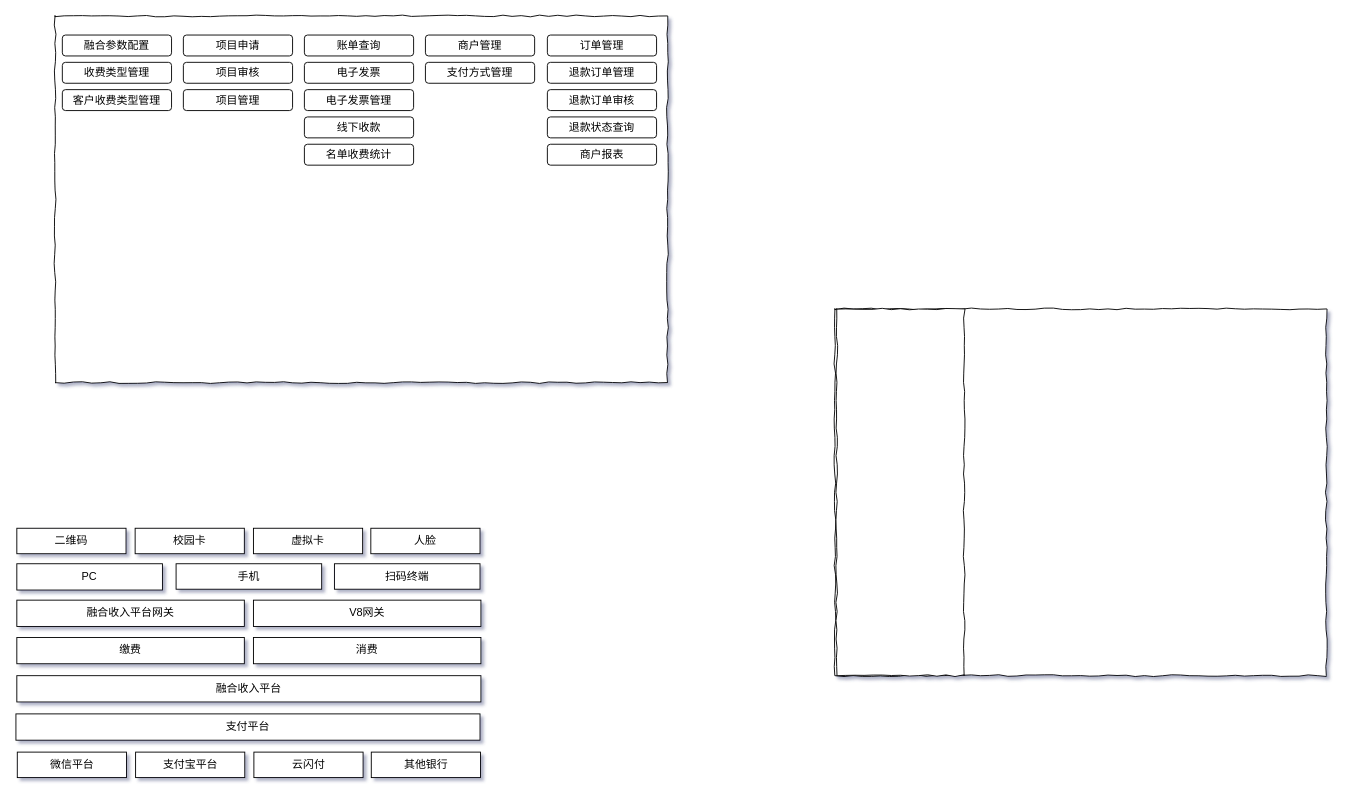
The draw.io diagram v8+融合收入.drawio in ifelsewang/draw, before the edit. Source tidied: cells renumbered, new cells numbered last; positions are measured from the earlier drawing's top-left corner, leaving out a move shared by most shapes. Both pictures are drawn from the tidied source at 91%, with x=0, y=0 at pixel (15, 15).
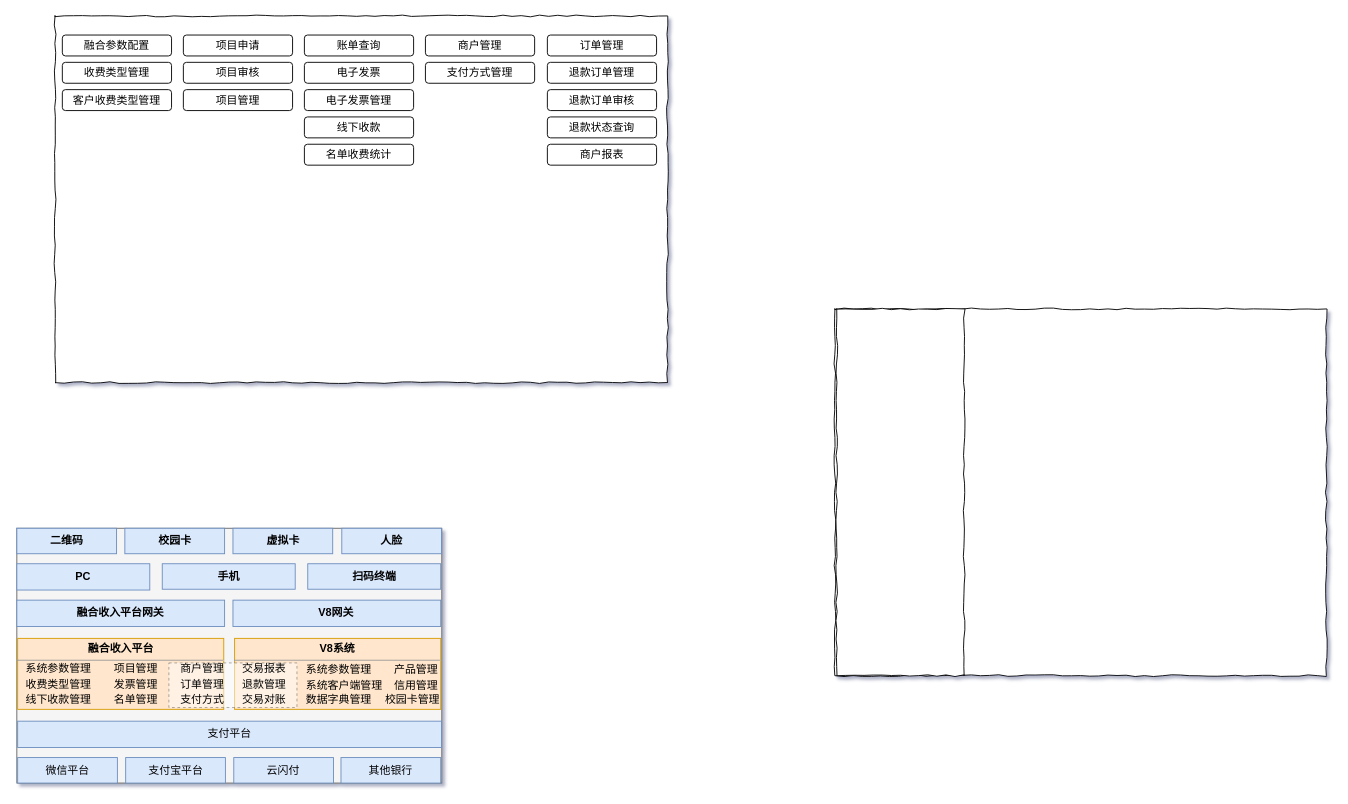
After the change.

Commit message (it also covers changes not shown here):
更新v8+融合收入.drawio

What changed in the source:
```diff
@@
+    <mxCell id="40" style="group;fillColor=#f5f5f5;strokeColor=#666666;fontColor=#333333;" parent="1" vertex="1">
+      <mxGeometry x="1" y="563" width="467" height="280" as="geometry" />
+    </mxCell>
+    <mxCell id="41" style="group;" parent="40" vertex="1">
+      <mxGeometry width="467" height="280" as="geometry" />
+    </mxCell>
-    <mxCell id="23" value="PC" style="rounded=0;whiteSpace=wrap;html=1;comic=0;jiggle=2;strokeWidth=1;" parent="1" vertex="1">
-      <mxGeometry x="1" y="602" width="160" height="28.9" as="geometry" />
+    <mxCell id="23" value="PC" style="rounded=0;whiteSpace=wrap;html=1;comic=0;jiggle=2;strokeWidth=1;fontStyle=1;fillColor=#dae8fc;strokeColor=#6c8ebf;" parent="40" vertex="1">
+      <mxGeometry y="39" width="146.1" height="28.9" as="geometry" />
     </mxCell>
-    <mxCell id="24" value="二维码" style="rounded=0;whiteSpace=wrap;html=1;comic=0;jiggle=2;strokeWidth=1;" parent="1" vertex="1">
-      <mxGeometry x="1" y="563" width="120" height="28" as="geometry" />
+    <mxCell id="24" value="二维码" style="rounded=0;whiteSpace=wrap;html=1;comic=0;jiggle=2;strokeWidth=1;fontStyle=1;fillColor=#dae8fc;strokeColor=#6c8ebf;" parent="40" vertex="1">
+      <mxGeometry width="109.6" height="28" as="geometry" />
     </mxCell>
-    <mxCell id="25" value="校园卡" style="rounded=0;whiteSpace=wrap;html=1;comic=0;jiggle=2;strokeWidth=1;" parent="1" vertex="1">
-      <mxGeometry x="131" y="563" width="120" height="28" as="geometry" />
+    <mxCell id="25" value="校园卡" style="rounded=0;whiteSpace=wrap;html=1;comic=0;jiggle=2;strokeWidth=1;fontStyle=1;fillColor=#dae8fc;strokeColor=#6c8ebf;" parent="40" vertex="1">
+      <mxGeometry x="118.7" width="109.6" height="28" as="geometry" />
     </mxCell>
-    <mxCell id="26" value="虚拟卡" style="rounded=0;whiteSpace=wrap;html=1;comic=0;jiggle=2;strokeWidth=1;" parent="1" vertex="1">
-      <mxGeometry x="261" y="563" width="120" height="28" as="geometry" />
+    <mxCell id="26" value="虚拟卡" style="rounded=0;whiteSpace=wrap;html=1;comic=0;jiggle=2;strokeWidth=1;fontStyle=1;fillColor=#dae8fc;strokeColor=#6c8ebf;" parent="40" vertex="1">
+      <mxGeometry x="237.5" width="109.6" height="28" as="geometry" />
     </mxCell>
-    <mxCell id="27" value="人脸" style="rounded=0;whiteSpace=wrap;html=1;comic=0;jiggle=2;strokeWidth=1;" parent="1" vertex="1">
-      <mxGeometry x="390" y="563" width="120" height="28" as="geometry" />
+    <mxCell id="27" value="人脸" style="rounded=0;whiteSpace=wrap;html=1;comic=0;jiggle=2;strokeWidth=1;fontStyle=1;fillColor=#dae8fc;strokeColor=#6c8ebf;" parent="40" vertex="1">
+      <mxGeometry x="357.1" width="109.6" height="28" as="geometry" />
     </mxCell>
-    <mxCell id="28" value="手机" style="rounded=0;whiteSpace=wrap;html=1;comic=0;jiggle=2;strokeWidth=1;" parent="1" vertex="1">
-      <mxGeometry x="176" y="602" width="160" height="28" as="geometry" />
+    <mxCell id="28" value="手机" style="rounded=0;whiteSpace=wrap;html=1;comic=0;jiggle=2;strokeWidth=1;fontStyle=1;fillColor=#dae8fc;strokeColor=#6c8ebf;" parent="40" vertex="1">
+      <mxGeometry x="159.8" y="39" width="146.1" height="28" as="geometry" />
     </mxCell>
-    <mxCell id="29" value="扫码终端" style="rounded=0;whiteSpace=wrap;html=1;comic=0;jiggle=2;strokeWidth=1;" parent="1" vertex="1">
-      <mxGeometry x="350" y="602" width="160" height="28" as="geometry" />
+    <mxCell id="29" value="扫码终端" style="rounded=0;whiteSpace=wrap;html=1;comic=0;jiggle=2;strokeWidth=1;fontStyle=1;fillColor=#dae8fc;strokeColor=#6c8ebf;" parent="40" vertex="1">
+      <mxGeometry x="319.7" y="39" width="146.1" height="28" as="geometry" />
     </mxCell>
-    <mxCell id="30" value="融合收入平台网关" style="rounded=0;whiteSpace=wrap;html=1;comic=0;jiggle=2;strokeWidth=1;" parent="1" vertex="1">
-      <mxGeometry x="1" y="642" width="250" height="28.9" as="geometry" />
+    <mxCell id="30" value="融合收入平台网关" style="rounded=0;whiteSpace=wrap;html=1;comic=0;jiggle=2;strokeWidth=1;fontStyle=1;fillColor=#dae8fc;strokeColor=#6c8ebf;" parent="40" vertex="1">
+      <mxGeometry y="79" width="228.3" height="28.9" as="geometry" />
     </mxCell>
-    <mxCell id="31" value="V8网关" style="rounded=0;whiteSpace=wrap;html=1;comic=0;jiggle=2;strokeWidth=1;" parent="1" vertex="1">
-      <mxGeometry x="261" y="642" width="250" height="28.9" as="geometry" />
+    <mxCell id="31" value="V8网关" style="rounded=0;whiteSpace=wrap;html=1;comic=0;jiggle=2;strokeWidth=1;fontStyle=1;fillColor=#dae8fc;strokeColor=#6c8ebf;" parent="40" vertex="1">
+      <mxGeometry x="237.5" y="79" width="228.3" height="28.9" as="geometry" />
     </mxCell>
-    <mxCell id="32" value="缴费" style="rounded=0;whiteSpace=wrap;html=1;comic=0;jiggle=2;strokeWidth=1;" parent="1" vertex="1">
-      <mxGeometry x="1" y="683" width="250" height="28.9" as="geometry" />
-    </mxCell>
-    <mxCell id="33" value="消费" style="rounded=0;whiteSpace=wrap;html=1;comic=0;jiggle=2;strokeWidth=1;" parent="1" vertex="1">
-      <mxGeometry x="261" y="683" width="250" height="28.9" as="geometry" />
-    </mxCell>
-    <mxCell id="34" value="融合收入平台" style="rounded=0;whiteSpace=wrap;html=1;comic=0;jiggle=2;strokeWidth=1;" parent="1" vertex="1">
-      <mxGeometry x="1" y="725" width="510" height="28.9" as="geometry" />
-    </mxCell>
-    <mxCell id="35" value="支付平台" style="rounded=0;whiteSpace=wrap;html=1;comic=0;jiggle=2;strokeWidth=1;" parent="1" vertex="1">
-      <mxGeometry y="767" width="510" height="28.9" as="geometry" />
+    <mxCell id="35" value="支付平台" style="rounded=0;whiteSpace=wrap;html=1;comic=0;jiggle=2;strokeWidth=1;fillColor=#dae8fc;strokeColor=#6c8ebf;" parent="40" vertex="1">
+      <mxGeometry x="0.9" y="212" width="465.8" height="28.9" as="geometry" />
     </mxCell>
-    <mxCell id="36" value="微信平台" style="rounded=0;whiteSpace=wrap;html=1;comic=0;jiggle=2;strokeWidth=1;" parent="1" vertex="1">
-      <mxGeometry x="1.5" y="809" width="120" height="28" as="geometry" />
+    <mxCell id="36" value="微信平台" style="rounded=0;whiteSpace=wrap;html=1;comic=0;jiggle=2;strokeWidth=1;fillColor=#dae8fc;strokeColor=#6c8ebf;" parent="40" vertex="1">
+      <mxGeometry x="0.9" y="252" width="109.6" height="28" as="geometry" />
     </mxCell>
-    <mxCell id="37" value="支付宝平台" style="rounded=0;whiteSpace=wrap;html=1;comic=0;jiggle=2;strokeWidth=1;" parent="1" vertex="1">
-      <mxGeometry x="131.5" y="809" width="120" height="28" as="geometry" />
+    <mxCell id="37" value="支付宝平台" style="rounded=0;whiteSpace=wrap;html=1;comic=0;jiggle=2;strokeWidth=1;fillColor=#dae8fc;strokeColor=#6c8ebf;" parent="40" vertex="1">
+      <mxGeometry x="119.6" y="252" width="109.6" height="28" as="geometry" />
     </mxCell>
-    <mxCell id="38" value="云闪付" style="rounded=0;whiteSpace=wrap;html=1;comic=0;jiggle=2;strokeWidth=1;" parent="1" vertex="1">
-      <mxGeometry x="261.5" y="809" width="120" height="28" as="geometry" />
+    <mxCell id="38" value="云闪付" style="rounded=0;whiteSpace=wrap;html=1;comic=0;jiggle=2;strokeWidth=1;fillColor=#dae8fc;strokeColor=#6c8ebf;" parent="40" vertex="1">
+      <mxGeometry x="238.4" y="252" width="109.6" height="28" as="geometry" />
     </mxCell>
-    <mxCell id="39" value="其他银行" style="rounded=0;whiteSpace=wrap;html=1;comic=0;jiggle=2;strokeWidth=1;" parent="1" vertex="1">
-      <mxGeometry x="390.5" y="809" width="120" height="28" as="geometry" />
+    <mxCell id="39" value="其他银行" style="rounded=0;whiteSpace=wrap;html=1;comic=0;jiggle=2;strokeWidth=1;fillColor=#dae8fc;strokeColor=#6c8ebf;" parent="40" vertex="1">
+      <mxGeometry x="356.2" y="252" width="109.6" height="28" as="geometry" />
     </mxCell>
+    <mxCell id="34" value="&lt;p style=&quot;margin: 0px ; margin-top: 4px ; text-align: center&quot;&gt;&lt;b&gt;融合收入平台&lt;/b&gt;&lt;/p&gt;&lt;hr size=&quot;1&quot;&gt;&lt;div style=&quot;height: 2px&quot;&gt;&lt;/div&gt;" style="verticalAlign=top;align=left;overflow=fill;fontSize=12;fontFamily=Helvetica;html=1;rounded=0;comic=0;jiggle=2;strokeWidth=1;fillColor=#ffe6cc;strokeColor=#d79b00;" parent="40" vertex="1">
+      <mxGeometry x="0.9" y="121" width="226.5" height="78" as="geometry" />
+    </mxCell>
+    <mxCell id="42" value="&lt;p style=&quot;margin: 0px ; margin-top: 4px ; text-align: center&quot;&gt;&lt;b&gt;V8系统&lt;/b&gt;&lt;/p&gt;&lt;hr size=&quot;1&quot;&gt;&lt;div style=&quot;height: 2px&quot;&gt;&lt;br&gt;&lt;/div&gt;" style="verticalAlign=top;align=left;overflow=fill;fontSize=12;fontFamily=Helvetica;html=1;rounded=0;comic=0;jiggle=2;strokeWidth=1;fillColor=#ffe6cc;strokeColor=#d79b00;" parent="40" vertex="1">
+      <mxGeometry x="239.3" y="121" width="226.5" height="78" as="geometry" />
+    </mxCell>
+    <mxCell id="43" value="系统参数管理" style="text;html=1;strokeColor=none;fillColor=none;align=left;verticalAlign=middle;whiteSpace=wrap;rounded=0;comic=0;jiggle=2;" parent="40" vertex="1">
+      <mxGeometry x="8.2" y="145" width="93.2" height="20" as="geometry" />
+    </mxCell>
+    <mxCell id="44" value="收费类型管理" style="text;html=1;strokeColor=none;fillColor=none;align=left;verticalAlign=middle;whiteSpace=wrap;rounded=0;comic=0;jiggle=2;" parent="40" vertex="1">
+      <mxGeometry x="8.2" y="162" width="93.2" height="20" as="geometry" />
+    </mxCell>
+    <mxCell id="45" value="项目管理" style="text;html=1;strokeColor=none;fillColor=none;align=left;verticalAlign=middle;whiteSpace=wrap;rounded=0;comic=0;jiggle=2;" parent="40" vertex="1">
+      <mxGeometry x="105" y="145" width="93.2" height="20" as="geometry" />
+    </mxCell>
+    <mxCell id="46" value="发票管理" style="text;html=1;strokeColor=none;fillColor=none;align=left;verticalAlign=middle;whiteSpace=wrap;rounded=0;comic=0;jiggle=2;" parent="40" vertex="1">
+      <mxGeometry x="105" y="162" width="93.2" height="20" as="geometry" />
+    </mxCell>
+    <mxCell id="47" value="线下收款管理" style="text;html=1;strokeColor=none;fillColor=none;align=left;verticalAlign=middle;whiteSpace=wrap;rounded=0;comic=0;jiggle=2;" parent="40" vertex="1">
+      <mxGeometry x="8.2" y="178" width="93.2" height="20" as="geometry" />
+    </mxCell>
+    <mxCell id="48" value="名单管理" style="text;html=1;strokeColor=none;fillColor=none;align=left;verticalAlign=middle;whiteSpace=wrap;rounded=0;comic=0;jiggle=2;" parent="40" vertex="1">
+      <mxGeometry x="105" y="178" width="93.2" height="20" as="geometry" />
+    </mxCell>
+    <mxCell id="49" style="rounded=0;whiteSpace=wrap;html=1;comic=0;jiggle=2;strokeWidth=1;dashed=1;opacity=50;strokeColor=#4D4D4D;" parent="40" vertex="1">
+      <mxGeometry x="167.1" y="148" width="140.7" height="49" as="geometry" />
+    </mxCell>
+    <mxCell id="50" value="商户管理" style="text;html=1;strokeColor=none;fillColor=none;align=left;verticalAlign=middle;whiteSpace=wrap;rounded=0;comic=0;jiggle=2;" parent="40" vertex="1">
+      <mxGeometry x="178.1" y="145" width="93.2" height="20" as="geometry" />
+    </mxCell>
+    <mxCell id="51" value="交易报表" style="text;html=1;strokeColor=none;fillColor=none;align=left;verticalAlign=middle;whiteSpace=wrap;rounded=0;comic=0;jiggle=2;" parent="40" vertex="1">
+      <mxGeometry x="246.1" y="145" width="93.2" height="20" as="geometry" />
+    </mxCell>
+    <mxCell id="52" value="订单管理" style="text;html=1;strokeColor=none;fillColor=none;align=left;verticalAlign=middle;whiteSpace=wrap;rounded=0;comic=0;jiggle=2;" parent="40" vertex="1">
+      <mxGeometry x="178.1" y="162" width="93.2" height="20" as="geometry" />
+    </mxCell>
+    <mxCell id="53" value="退款管理" style="text;html=1;strokeColor=none;fillColor=none;align=left;verticalAlign=middle;whiteSpace=wrap;rounded=0;comic=0;jiggle=2;" parent="40" vertex="1">
+      <mxGeometry x="246.1" y="162" width="93.2" height="20" as="geometry" />
+    </mxCell>
+    <mxCell id="54" value="支付方式" style="text;html=1;strokeColor=none;fillColor=none;align=left;verticalAlign=middle;whiteSpace=wrap;rounded=0;comic=0;jiggle=2;" parent="40" vertex="1">
+      <mxGeometry x="178.1" y="178" width="93.2" height="20" as="geometry" />
+    </mxCell>
+    <mxCell id="55" value="系统参数管理" style="text;html=1;strokeColor=none;fillColor=none;align=left;verticalAlign=middle;whiteSpace=wrap;rounded=0;comic=0;jiggle=2;" parent="40" vertex="1">
+      <mxGeometry x="316" y="146" width="93.2" height="20" as="geometry" />
+    </mxCell>
+    <mxCell id="56" value="系统客户端管理" style="text;html=1;strokeColor=none;fillColor=none;align=left;verticalAlign=middle;whiteSpace=wrap;rounded=0;comic=0;jiggle=2;" parent="40" vertex="1">
+      <mxGeometry x="316" y="163" width="93.2" height="20" as="geometry" />
+    </mxCell>
+    <mxCell id="57" value="产品管理" style="text;html=1;strokeColor=none;fillColor=none;align=left;verticalAlign=middle;whiteSpace=wrap;rounded=0;comic=0;jiggle=2;" parent="40" vertex="1">
+      <mxGeometry x="412.8" y="146" width="52.2" height="20" as="geometry" />
+    </mxCell>
+    <mxCell id="58" value="信用管理" style="text;html=1;strokeColor=none;fillColor=none;align=left;verticalAlign=middle;whiteSpace=wrap;rounded=0;comic=0;jiggle=2;" parent="40" vertex="1">
+      <mxGeometry x="412.8" y="163" width="51.2" height="20" as="geometry" />
+    </mxCell>
+    <mxCell id="59" value="数据字典管理" style="text;html=1;strokeColor=none;fillColor=none;align=left;verticalAlign=middle;whiteSpace=wrap;rounded=0;comic=0;jiggle=2;" parent="40" vertex="1">
+      <mxGeometry x="316" y="179" width="93.2" height="20" as="geometry" />
+    </mxCell>
+    <mxCell id="60" value="校园卡管理" style="text;html=1;strokeColor=none;fillColor=none;align=left;verticalAlign=middle;whiteSpace=wrap;rounded=0;comic=0;jiggle=2;" parent="40" vertex="1">
+      <mxGeometry x="402.8" y="179" width="62.2" height="20" as="geometry" />
+    </mxCell>
+    <mxCell id="61" value="交易对账" style="text;html=1;strokeColor=none;fillColor=none;align=left;verticalAlign=middle;whiteSpace=wrap;rounded=0;comic=0;jiggle=2;" parent="40" vertex="1">
+      <mxGeometry x="246.1" y="178" width="93.2" height="20" as="geometry" />
+    </mxCell>
```
